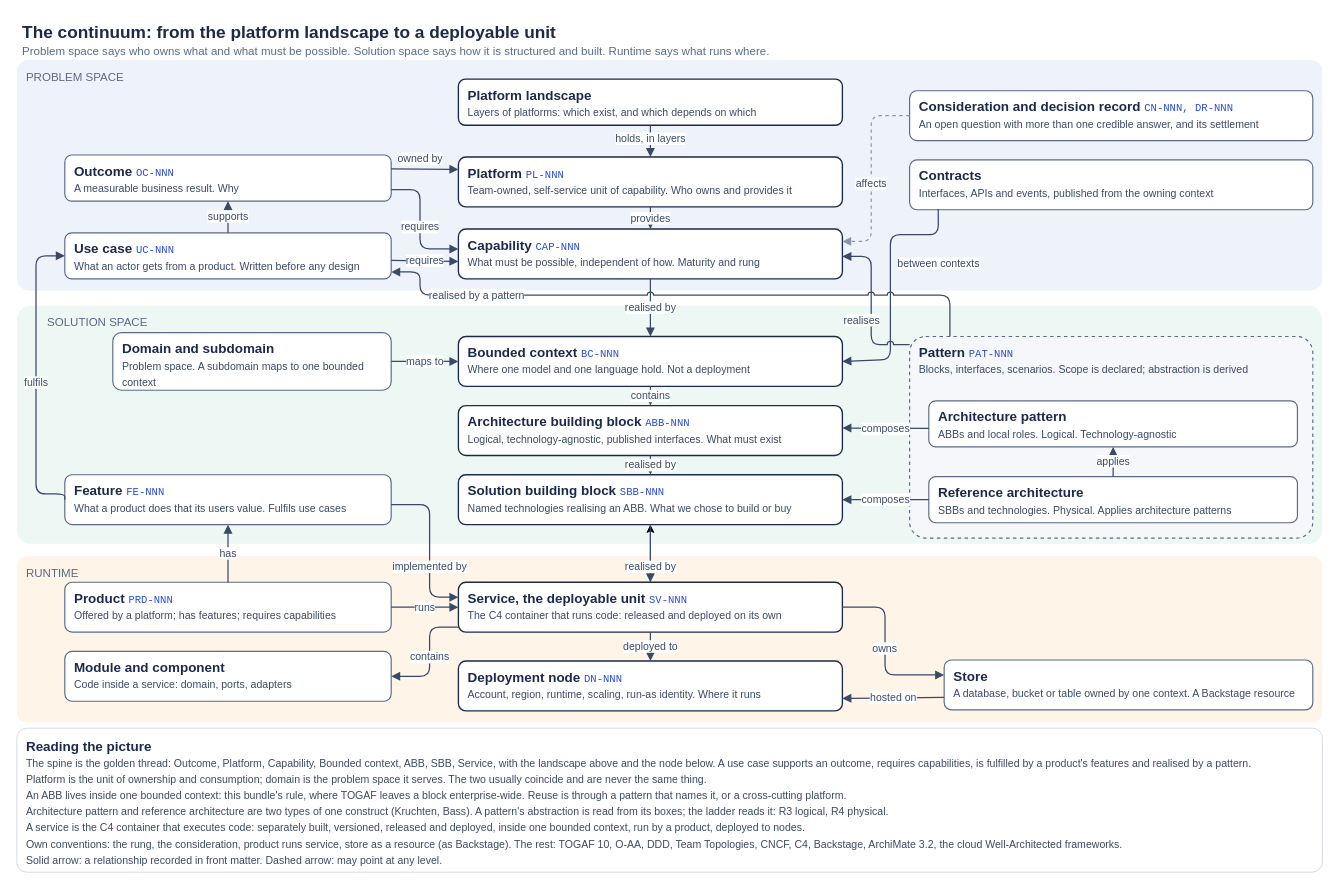
Earlier version of the draw.io diagram docs/continuum.drawio (dermot-obrien/ai-assisted-architecture). Source tidied: cells renumbered, new cells numbered last; positions are measured from the earlier drawing's top-left corner, leaving out a move shared by most shapes. Both pictures are drawn from the tidied source at 96%, with x=0, y=0 at pixel (16, 16).
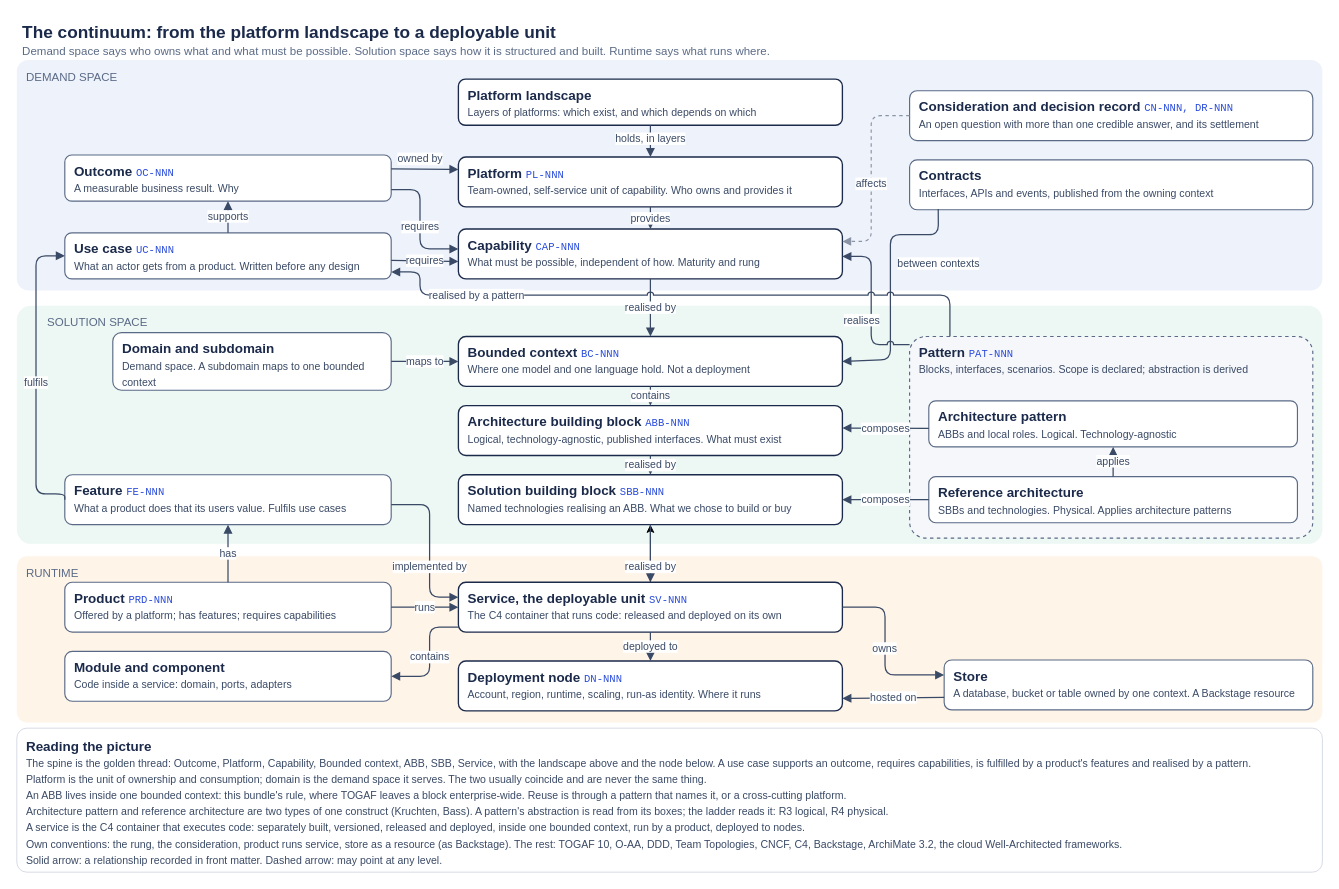
The same page after the edit.

Change to the diagram source:
```diff
@@
-    <mxCell id="2" value="&lt;b&gt;&lt;font style=&quot;font-size:18px&quot;&gt;The continuum: from the platform landscape to a deployable unit&lt;/font&gt;&lt;/b&gt;&lt;br&gt;&lt;font style=&quot;font-size:12px&quot; color=&quot;#5a6a86&quot;&gt;Problem space says who owns what and what must be possible. Solution space says how it is structured and built. Runtime says what runs where.&lt;/font&gt;" style="text;html=1;align=left;verticalAlign=top;strokeColor=none;fillColor=none;fontColor=#1B2A4A;" parent="1" vertex="1">
+    <mxCell id="2" value="&lt;b&gt;&lt;font style=&quot;font-size:18px&quot;&gt;The continuum: from the platform landscape to a deployable unit&lt;/font&gt;&lt;/b&gt;&lt;br&gt;&lt;font style=&quot;font-size:12px&quot; color=&quot;#5a6a86&quot;&gt;Demand space says who owns what and what must be possible. Solution space says how it is structured and built. Runtime says what runs where.&lt;/font&gt;" style="text;html=1;align=left;verticalAlign=top;strokeColor=none;fillColor=none;fontColor=#1B2A4A;" parent="1" vertex="1">
       <mxGeometry x="4" width="1200" height="50" as="geometry" />
     </mxCell>
-    <mxCell id="3" value="PROBLEM SPACE" style="rounded=1;whiteSpace=wrap;html=1;strokeColor=none;fontSize=12;fontColor=#5A6A86;align=left;verticalAlign=top;spacingLeft=8;spacingTop=4;fillColor=#EEF2FB;arcSize=5;" parent="1" vertex="1">
+    <mxCell id="3" value="DEMAND SPACE" style="rounded=1;whiteSpace=wrap;html=1;strokeColor=none;fontSize=12;fontColor=#5A6A86;align=left;verticalAlign=top;spacingLeft=8;spacingTop=4;fillColor=#EEF2FB;arcSize=5;" parent="1" vertex="1">
       <mxGeometry y="45" width="1360" height="240" as="geometry" />
     </mxCell>
@@
-    <mxCell id="24" value="&lt;b&gt;Domain and subdomain&lt;/b&gt;&lt;br&gt;&lt;font style=&quot;font-size:11px&quot; color=&quot;#3a4a66&quot;&gt;Problem space. A subdomain maps to one bounded context&lt;/font&gt;" style="rounded=1;whiteSpace=wrap;html=1;fillColor=#FFFFFF;strokeColor=#5A6A86;strokeWidth=1.2;fontColor=#1B2A4A;fontSize=14;align=left;verticalAlign=top;spacingLeft=8;spacingTop=2;" parent="1" vertex="1">
+    <mxCell id="24" value="&lt;b&gt;Domain and subdomain&lt;/b&gt;&lt;br&gt;&lt;font style=&quot;font-size:11px&quot; color=&quot;#3a4a66&quot;&gt;Demand space. A subdomain maps to one bounded context&lt;/font&gt;" style="rounded=1;whiteSpace=wrap;html=1;fillColor=#FFFFFF;strokeColor=#5A6A86;strokeWidth=1.2;fontColor=#1B2A4A;fontSize=14;align=left;verticalAlign=top;spacingLeft=8;spacingTop=2;" parent="1" vertex="1">
       <mxGeometry x="100" y="329" width="290" height="60" as="geometry" />
     </mxCell>
@@
-    <mxCell id="47" value="&lt;b&gt;Reading the picture&lt;/b&gt;&lt;br&gt;&lt;font style=&quot;font-size:11px&quot; color=&quot;#3a4a66&quot;&gt;The spine is the golden thread: Outcome, Platform, Capability, Bounded context, ABB, SBB, Service, with the landscape above and the node below. A use case supports an outcome, requires capabilities, is fulfilled by a product's features and realised by a pattern.&lt;br&gt;Platform is the unit of ownership and consumption; domain is the problem space it serves. The two usually coincide and are never the same thing.&lt;br&gt;An ABB lives inside one bounded context: this bundle's rule, where TOGAF leaves a block enterprise-wide. Reuse is through a pattern that names it, or a cross-cutting platform.&lt;br&gt;Architecture pattern and reference architecture are two types of one construct (Kruchten, Bass). A pattern's abstraction is read from its boxes; the ladder reads it: R3 logical, R4 physical.&lt;br&gt;A service is the C4 container that executes code: separately built, versioned, released and deployed, inside one bounded context, run by a product, deployed to nodes.&lt;br&gt;Own conventions: the rung, the consideration, product runs service, store as a resource (as Backstage). The rest: TOGAF 10, O-AA, DDD, Team Topologies, CNCF, C4, Backstage, ArchiMate 3.2, the cloud Well-Architected frameworks.&lt;br&gt;Solid arrow: a relationship recorded in front matter. Dashed arrow: may point at any level.&lt;/font&gt;" style="rounded=1;whiteSpace=wrap;html=1;fillColor=#FFFFFF;strokeColor=#D6DAE3;fontColor=#1B2A4A;fontSize=14;align=left;verticalAlign=top;spacingLeft=8;spacingTop=4;arcSize=7;" parent="1" vertex="1">
+    <mxCell id="47" value="&lt;b&gt;Reading the picture&lt;/b&gt;&lt;br&gt;&lt;font style=&quot;font-size:11px&quot; color=&quot;#3a4a66&quot;&gt;The spine is the golden thread: Outcome, Platform, Capability, Bounded context, ABB, SBB, Service, with the landscape above and the node below. A use case supports an outcome, requires capabilities, is fulfilled by a product's features and realised by a pattern.&lt;br&gt;Platform is the unit of ownership and consumption; domain is the demand space it serves. The two usually coincide and are never the same thing.&lt;br&gt;An ABB lives inside one bounded context: this bundle's rule, where TOGAF leaves a block enterprise-wide. Reuse is through a pattern that names it, or a cross-cutting platform.&lt;br&gt;Architecture pattern and reference architecture are two types of one construct (Kruchten, Bass). A pattern's abstraction is read from its boxes; the ladder reads it: R3 logical, R4 physical.&lt;br&gt;A service is the C4 container that executes code: separately built, versioned, released and deployed, inside one bounded context, run by a product, deployed to nodes.&lt;br&gt;Own conventions: the rung, the consideration, product runs service, store as a resource (as Backstage). The rest: TOGAF 10, O-AA, DDD, Team Topologies, CNCF, C4, Backstage, ArchiMate 3.2, the cloud Well-Architected frameworks.&lt;br&gt;Solid arrow: a relationship recorded in front matter. Dashed arrow: may point at any level.&lt;/font&gt;" style="rounded=1;whiteSpace=wrap;html=1;fillColor=#FFFFFF;strokeColor=#D6DAE3;fontColor=#1B2A4A;fontSize=14;align=left;verticalAlign=top;spacingLeft=8;spacingTop=4;arcSize=7;" parent="1" vertex="1">
       <mxGeometry y="741" width="1360" height="150" as="geometry" />
     </mxCell>
```
